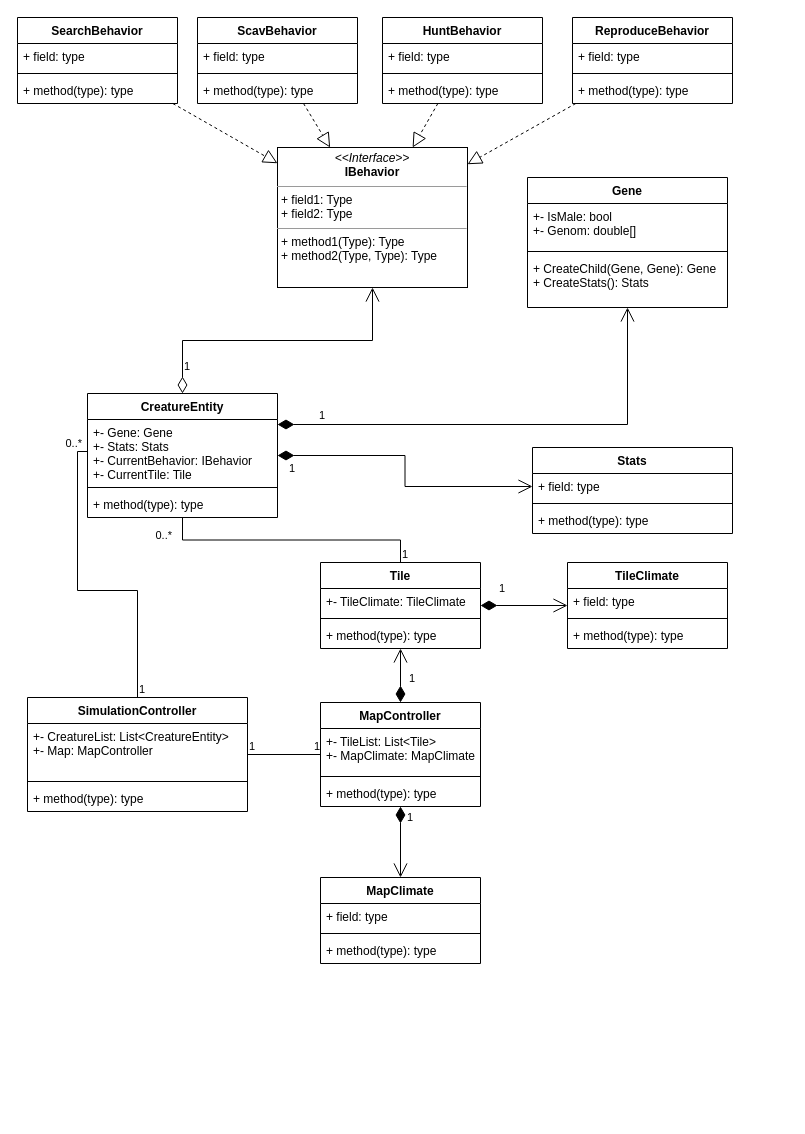
Earlier version of the draw.io diagram Planning/UML/uml-decomp.drawio (Stellarthoughts/Hexalife2D). Source tidied: cells renumbered, new cells numbered last; positions are measured from the earlier drawing's top-left corner, leaving out a move shared by most shapes. Both pictures are drawn from the tidied source at 100%, with x=0, y=0 at pixel (17, 17).
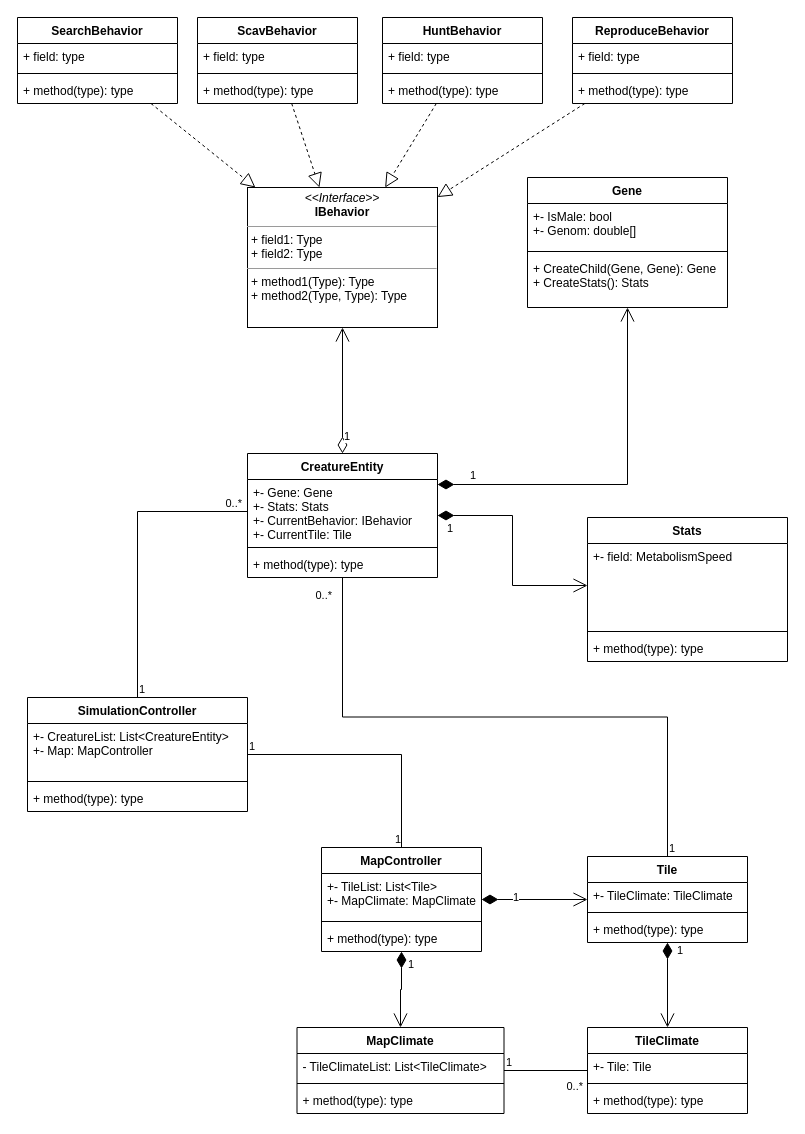
The same diagram, later.

The edit, as a diff of the source:
```diff
@@
     <mxCell id="6" value="Stats" style="swimlane;fontStyle=1;align=center;verticalAlign=top;horizontal=1;startSize=26;" parent="1" vertex="1">
-      <mxGeometry x="515" y="430" width="200" height="86" as="geometry" />
+      <mxGeometry x="570" y="500" width="200" height="144" as="geometry" />
     </mxCell>
-    <mxCell id="7" value="+ field: type" style="text;strokeColor=none;fillColor=none;align=left;verticalAlign=top;spacingLeft=4;spacingRight=4;overflow=hidden;points=[[0,0.5],[1,0.5]];portConstraint=eastwest;" parent="6" vertex="1">
-      <mxGeometry y="26" width="200" height="26" as="geometry" />
+    <mxCell id="7" value="+- field: MetabolismSpeed&#10;" style="text;strokeColor=none;fillColor=none;align=left;verticalAlign=top;spacingLeft=4;spacingRight=4;overflow=hidden;points=[[0,0.5],[1,0.5]];portConstraint=eastwest;" parent="6" vertex="1">
+      <mxGeometry y="26" width="200" height="84" as="geometry" />
     </mxCell>
     <mxCell id="8" style="line;strokeWidth=1;fillColor=none;align=left;verticalAlign=middle;spacingTop=-1;spacingLeft=3;spacingRight=3;labelPosition=right;" parent="6" vertex="1">
-      <mxGeometry y="52" width="200" height="8" as="geometry" />
+      <mxGeometry y="110" width="200" height="8" as="geometry" />
     </mxCell>
     <mxCell id="9" value="+ method(type): type" style="text;strokeColor=none;fillColor=none;align=left;verticalAlign=top;spacingLeft=4;spacingRight=4;overflow=hidden;" parent="6" vertex="1">
-      <mxGeometry y="60" width="200" height="26" as="geometry" />
+      <mxGeometry y="118" width="200" height="26" as="geometry" />
     </mxCell>
     <mxCell id="10" value="&lt;p style=&quot;margin: 0px ; margin-top: 4px ; text-align: center&quot;&gt;&lt;i&gt;&amp;lt;&amp;lt;Interface&amp;gt;&amp;gt;&lt;/i&gt;&lt;br&gt;&lt;b&gt;IBehavior&lt;/b&gt;&lt;/p&gt;&lt;hr size=&quot;1&quot;&gt;&lt;p style=&quot;margin: 0px ; margin-left: 4px&quot;&gt;+ field1: Type&lt;br&gt;+ field2: Type&lt;/p&gt;&lt;hr size=&quot;1&quot;&gt;&lt;p style=&quot;margin: 0px ; margin-left: 4px&quot;&gt;+ method1(Type): Type&lt;br&gt;+ method2(Type, Type): Type&lt;/p&gt;" style="verticalAlign=top;align=left;overflow=fill;fontSize=12;fontFamily=Helvetica;html=1;" parent="1" vertex="1">
-      <mxGeometry x="260" y="130" width="190" height="140" as="geometry" />
+      <mxGeometry x="230" y="170" width="190" height="140" as="geometry" />
     </mxCell>
     <mxCell id="11" value="CreatureEntity" style="swimlane;fontStyle=1;align=center;verticalAlign=top;horizontal=1;startSize=26;" parent="1" vertex="1">
-      <mxGeometry x="70" y="376" width="190" height="124" as="geometry" />
+      <mxGeometry x="230" y="436" width="190" height="124" as="geometry" />
     </mxCell>
@@
     <mxCell id="34" value="MapController" style="swimlane;fontStyle=1;align=center;verticalAlign=top;horizontal=1;startSize=26;" parent="1" vertex="1">
-      <mxGeometry x="303" y="685" width="160" height="104" as="geometry" />
+      <mxGeometry x="304" y="830" width="160" height="104" as="geometry" />
     </mxCell>
@@
     <mxCell id="38" value="Tile" style="swimlane;fontStyle=1;align=center;verticalAlign=top;horizontal=1;startSize=26;" parent="1" vertex="1">
-      <mxGeometry x="303" y="545" width="160" height="86" as="geometry" />
+      <mxGeometry x="570" y="839" width="160" height="86" as="geometry" />
     </mxCell>
@@
     <mxCell id="42" value="MapClimate" style="swimlane;fontStyle=1;align=center;verticalAlign=top;horizontal=1;startSize=26;" parent="1" vertex="1">
-      <mxGeometry x="303" y="860" width="160" height="86" as="geometry" />
+      <mxGeometry x="279.5" y="1010" width="207" height="86" as="geometry" />
     </mxCell>
-    <mxCell id="43" value="+ field: type" style="text;strokeColor=none;fillColor=none;align=left;verticalAlign=top;spacingLeft=4;spacingRight=4;overflow=hidden;" parent="42" vertex="1">
-      <mxGeometry y="26" width="160" height="26" as="geometry" />
+    <mxCell id="43" value="- TileClimateList: List&lt;TileClimate&gt;" style="text;strokeColor=none;fillColor=none;align=left;verticalAlign=top;spacingLeft=4;spacingRight=4;overflow=hidden;" parent="42" vertex="1">
+      <mxGeometry y="26" width="207" height="26" as="geometry" />
     </mxCell>
     <mxCell id="44" style="line;strokeWidth=1;fillColor=none;align=left;verticalAlign=middle;spacingTop=-1;spacingLeft=3;spacingRight=3;labelPosition=right;" parent="42" vertex="1">
-      <mxGeometry y="52" width="160" height="8" as="geometry" />
+      <mxGeometry y="52" width="207" height="8" as="geometry" />
     </mxCell>
     <mxCell id="45" value="+ method(type): type" style="text;strokeColor=none;fillColor=none;align=left;verticalAlign=top;spacingLeft=4;spacingRight=4;overflow=hidden;" parent="42" vertex="1">
-      <mxGeometry y="60" width="160" height="26" as="geometry" />
+      <mxGeometry y="60" width="207" height="26" as="geometry" />
     </mxCell>
     <mxCell id="46" value="TileClimate" style="swimlane;fontStyle=1;align=center;verticalAlign=top;horizontal=1;startSize=26;" parent="1" vertex="1">
-      <mxGeometry x="550" y="545" width="160" height="86" as="geometry" />
+      <mxGeometry x="570" y="1010" width="160" height="86" as="geometry" />
     </mxCell>
-    <mxCell id="47" value="+ field: type" style="text;strokeColor=none;fillColor=none;align=left;verticalAlign=top;spacingLeft=4;spacingRight=4;overflow=hidden;" parent="46" vertex="1">
+    <mxCell id="47" value="+- Tile: Tile" style="text;strokeColor=none;fillColor=none;align=left;verticalAlign=top;spacingLeft=4;spacingRight=4;overflow=hidden;" parent="46" vertex="1">
       <mxGeometry y="26" width="160" height="26" as="geometry" />
     </mxCell>
@@
+    <mxCell id="70" style="endArrow=none;html=1;edgeStyle=orthogonalEdgeStyle;rounded=0;" parent="1" edge="1" source="42" target="46">
+      <mxGeometry relative="1" as="geometry" />
+    </mxCell>
+    <mxCell id="71" value="1" style="edgeLabel;html=1;align=left;verticalAlign=bottom;" parent="70" vertex="1">
+      <mxGeometry x="-1" relative="1" as="geometry" />
+    </mxCell>
+    <mxCell id="72" value="0..*" style="edgeLabel;html=1;align=right;verticalAlign=bottom;" parent="70" vertex="1">
+      <mxGeometry x="1" relative="1" as="geometry">
+        <mxPoint x="-5" y="24" as="offset" />
+      </mxGeometry>
+    </mxCell>
```
